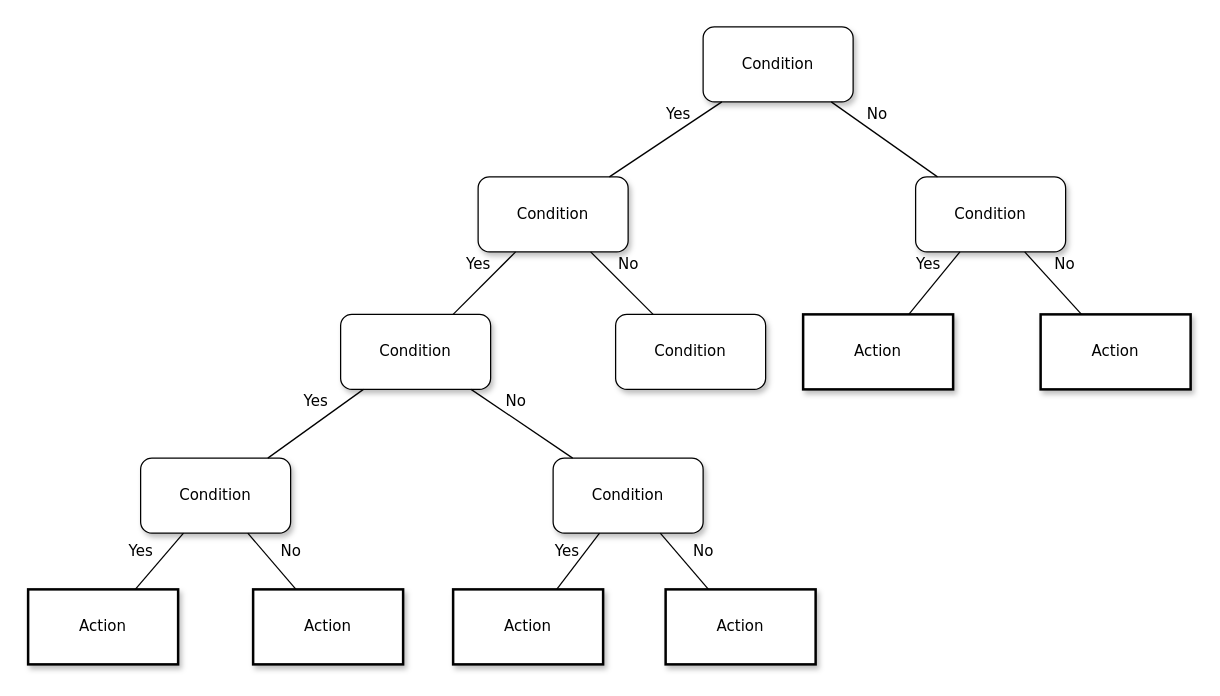
This is Untitled Diagram.drawio from ko-inseoklee/CounselingCenter, a draw.io file, before an edit. Source tidied: cells renumbered, new cells numbered last; positions are measured from the earlier drawing's top-left corner, leaving out a move shared by most shapes. Both pictures are drawn from the tidied source at 125%, with x=0, y=0 at pixel (28, 26).
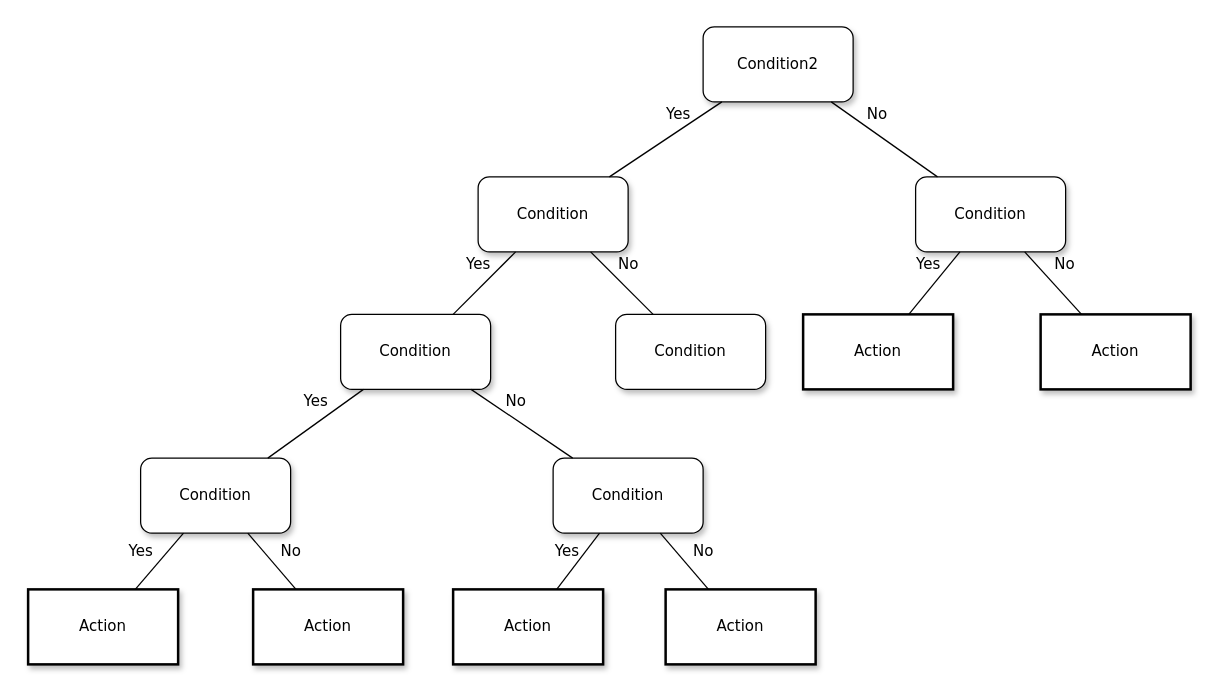
The same diagram, later.

The edit, as a diff of the source:
```diff
@@
-    <mxCell id="2" value="Condition" style="whiteSpace=wrap;html=1;rounded=1;shadow=1;labelBackgroundColor=none;strokeWidth=1;fontFamily=Verdana;fontSize=12;align=center;" parent="1" vertex="1">
+    <mxCell id="2" value="Condition2" style="whiteSpace=wrap;html=1;rounded=1;shadow=1;labelBackgroundColor=none;strokeWidth=1;fontFamily=Verdana;fontSize=12;align=center;" parent="1" vertex="1">
       <mxGeometry x="540" width="120" height="60" as="geometry" />
     </mxCell>
```
